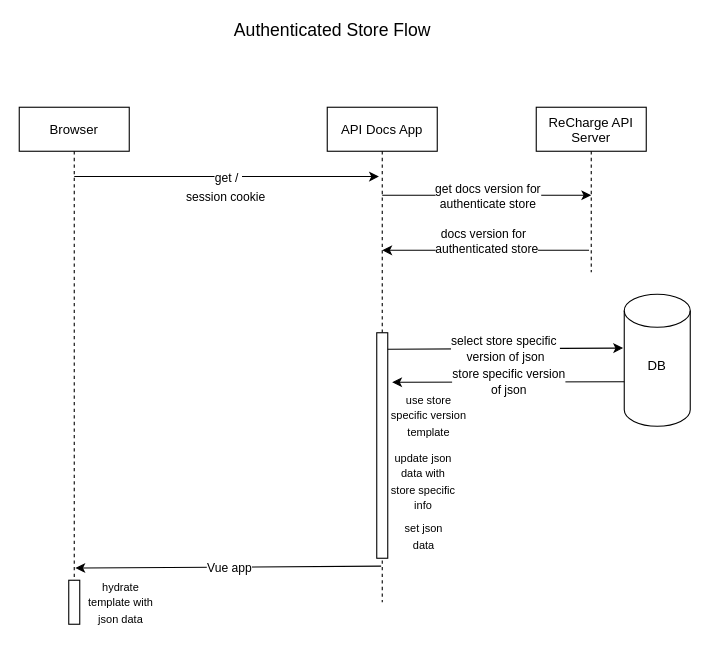
The draw.io diagram ReChargeApiDocs/Authenticated User Flow.drawio in alexrsunrise/diagrams, before the edit. Source tidied: cells renumbered, new cells numbered last; positions are measured from the earlier drawing's top-left corner, leaving out a move shared by most shapes. Both pictures are drawn from the tidied source at 110%, with x=0, y=0 at pixel (19, 19).
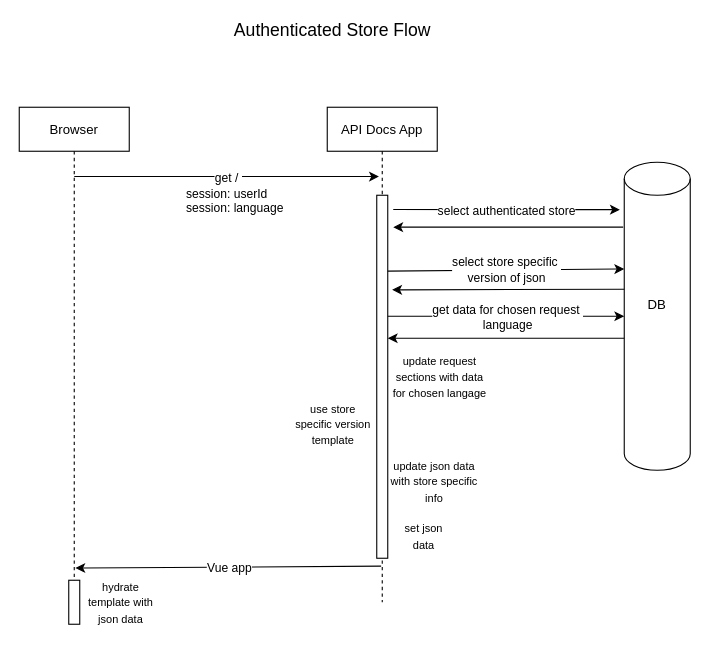
After the change.

The change refers to these unchanged cells:
```xml
<mxCell id="3" value="API Docs App" style="shape=umlLifeline;perimeter=lifelinePerimeter;rounded=0;shadow=0;strokeWidth=1;" parent="1" vertex="1">
  <mxGeometry x="280" y="80" width="100" height="450" as="geometry" />
</mxCell>
<mxCell id="19" style="endArrow=classic;html=1;" parent="1" edge="1">
  <mxGeometry relative="1" as="geometry">
    <mxPoint x="50" y="143" as="sourcePoint" />
    <mxPoint x="327" y="143" as="targetPoint" />
  </mxGeometry>
</mxCell>
```

Change to the diagram source:
```diff
@@
     <mxCell id="5" style="shape=cylinder3;whiteSpace=wrap;html=1;boundedLbl=1;backgroundOutline=1;size=15;" parent="1" vertex="1">
-      <mxGeometry x="550" y="250" width="60" height="120" as="geometry" />
+      <mxGeometry x="550" y="130" width="60" height="280" as="geometry" />
     </mxCell>
     <mxCell id="6" value="DB" style="text;html=1;strokeColor=none;fillColor=none;align=center;verticalAlign=middle;whiteSpace=wrap;rounded=0;" parent="1" vertex="1">
-      <mxGeometry x="560" y="305" width="40" height="20" as="geometry" />
+      <mxGeometry x="560" y="250" width="40" height="20" as="geometry" />
     </mxCell>
     <mxCell id="7" style="rounded=0;whiteSpace=wrap;html=1;" parent="1" vertex="1">
-      <mxGeometry x="325" y="285" width="10" height="205" as="geometry" />
+      <mxGeometry x="325" y="160" width="10" height="330" as="geometry" />
     </mxCell>
-    <mxCell id="8" style="endArrow=classic;html=1;entryX=-0.017;entryY=0.408;entryDx=0;entryDy=0;entryPerimeter=0;" parent="1" edge="1" target="5">
+    <mxCell id="8" style="endArrow=classic;html=1;" parent="1" edge="1">
       <mxGeometry relative="1" as="geometry">
-        <mxPoint x="335" y="300" as="sourcePoint" />
+        <mxPoint x="335" y="229" as="sourcePoint" />
+        <mxPoint x="550" y="227" as="targetPoint" />
       </mxGeometry>
     </mxCell>
@@
     <mxCell id="10" style="endArrow=classic;html=1;" parent="1" edge="1">
       <mxGeometry relative="1" as="geometry">
-        <mxPoint x="550" y="329.5" as="sourcePoint" />
-        <mxPoint x="339" y="330" as="targetPoint" />
+        <mxPoint x="550" y="245.5" as="sourcePoint" />
+        <mxPoint x="339" y="246" as="targetPoint" />
       </mxGeometry>
     </mxCell>
-    <mxCell id="11" value="store specific version&lt;br&gt;of json" style="edgeLabel;html=1;align=center;verticalAlign=middle;" parent="10" vertex="1">
-      <mxGeometry relative="1" as="geometry" />
-    </mxCell>
     <mxCell id="12" value="&lt;span style=&quot;font-size: 10px&quot;&gt;use store specific version template&lt;br&gt;&lt;/span&gt;" style="text;html=1;strokeColor=none;fillColor=none;align=center;verticalAlign=middle;whiteSpace=wrap;rounded=0;" parent="1" vertex="1">
-      <mxGeometry x="335" y="350" width="75" height="20" as="geometry" />
+      <mxGeometry x="248.8" y="357.5" width="72.5" height="20" as="geometry" />
     </mxCell>
@@
-    <mxCell id="18" value="ReCharge API &#10;Server" style="shape=umlLifeline;perimeter=lifelinePerimeter;rounded=0;shadow=0;strokeWidth=1;" parent="1" vertex="1">
-      <mxGeometry x="470" y="80" width="100" height="150" as="geometry" />
-    </mxCell>
@@
-    <mxCell id="21" value="session cookie" style="edgeLabel;html=1;align=left;verticalAlign=bottom;" parent="19" vertex="1">
+    <mxCell id="21" value="session: userId&lt;br&gt;session: language" style="edgeLabel;html=1;align=left;verticalAlign=bottom;" parent="19" vertex="1">
       <mxGeometry x="-1" relative="1" as="geometry">
-        <mxPoint x="100" y="27" as="offset" />
+        <mxPoint x="100" y="37" as="offset" />
       </mxGeometry>
     </mxCell>
-    <mxCell id="22" style="endArrow=classic;html=1;" parent="1" edge="1">
+    <mxCell id="22" style="endArrow=classic;html=1;entryX=-0.067;entryY=0.111;entryDx=0;entryDy=0;entryPerimeter=0;" parent="1" edge="1">
       <mxGeometry relative="1" as="geometry">
-        <mxPoint x="330" y="160" as="sourcePoint" />
-        <mxPoint x="520" y="160" as="targetPoint" />
+        <mxPoint x="340" y="173" as="sourcePoint" />
+        <mxPoint x="546" y="173.1" as="targetPoint" />
       </mxGeometry>
     </mxCell>
-    <mxCell id="23" value="get docs version for&lt;br&gt;authenticate store" style="edgeLabel;html=1;align=center;verticalAlign=middle;" parent="22" vertex="1">
+    <mxCell id="23" value="select authenticated store" style="edgeLabel;html=1;align=center;verticalAlign=middle;" parent="22" vertex="1">
       <mxGeometry relative="1" as="geometry" />
     </mxCell>
-    <mxCell id="24" style="endArrow=classic;html=1;exitX=0.48;exitY=0.867;exitDx=0;exitDy=0;exitPerimeter=0;entryX=0.5;entryY=0.289;entryDx=0;entryDy=0;entryPerimeter=0;" parent="1" edge="1" source="18" target="3">
-      <mxGeometry relative="1" as="geometry" />
-    </mxCell>
-    <mxCell id="25" value="docs version for&amp;nbsp;&amp;nbsp;&lt;br&gt;authenticated store" style="edgeLabel;html=1;align=center;verticalAlign=middle;" parent="24" vertex="1">
-      <mxGeometry relative="1" as="geometry">
-        <mxPoint y="-9" as="offset" />
-      </mxGeometry>
-    </mxCell>
     <mxCell id="26" value="&lt;font style=&quot;font-size: 10px&quot;&gt;update json data with store specific info&lt;/font&gt;" style="text;html=1;strokeColor=none;fillColor=none;align=center;verticalAlign=middle;whiteSpace=wrap;rounded=0;" parent="1" vertex="1">
-      <mxGeometry x="335" y="410" width="65" height="20" as="geometry" />
+      <mxGeometry x="335" y="410" width="85" height="20" as="geometry" />
     </mxCell>
+    <mxCell id="27" style="endArrow=classic;html=1;exitX=-0.017;exitY=0.218;exitDx=0;exitDy=0;exitPerimeter=0;" parent="1" edge="1">
+      <mxGeometry relative="1" as="geometry">
+        <mxPoint x="549" y="189" as="sourcePoint" />
+        <mxPoint x="340" y="189" as="targetPoint" />
+      </mxGeometry>
+    </mxCell>
+    <mxCell id="28" style="endArrow=classic;html=1;entryX=0;entryY=0.5;entryDx=0;entryDy=0;entryPerimeter=0;" parent="1" edge="1" target="5">
+      <mxGeometry relative="1" as="geometry">
+        <mxPoint x="335" y="270" as="sourcePoint" />
+      </mxGeometry>
+    </mxCell>
+    <mxCell id="29" value="get data for chosen request&amp;nbsp;&lt;br&gt;language" style="edgeLabel;html=1;align=center;verticalAlign=middle;" parent="28" vertex="1">
+      <mxGeometry relative="1" as="geometry" />
+    </mxCell>
+    <mxCell id="30" style="endArrow=classic;html=1;" parent="1" edge="1">
+      <mxGeometry relative="1" as="geometry">
+        <mxPoint x="550" y="290" as="sourcePoint" />
+        <mxPoint x="335" y="290" as="targetPoint" />
+      </mxGeometry>
+    </mxCell>
+    <mxCell id="31" value="&lt;span style=&quot;font-size: 10px&quot;&gt;update request sections with data for chosen langage&lt;br&gt;&lt;/span&gt;" style="text;html=1;strokeColor=none;fillColor=none;align=center;verticalAlign=middle;whiteSpace=wrap;rounded=0;" parent="1" vertex="1">
+      <mxGeometry x="335" y="315" width="95" height="20" as="geometry" />
+    </mxCell>
```
